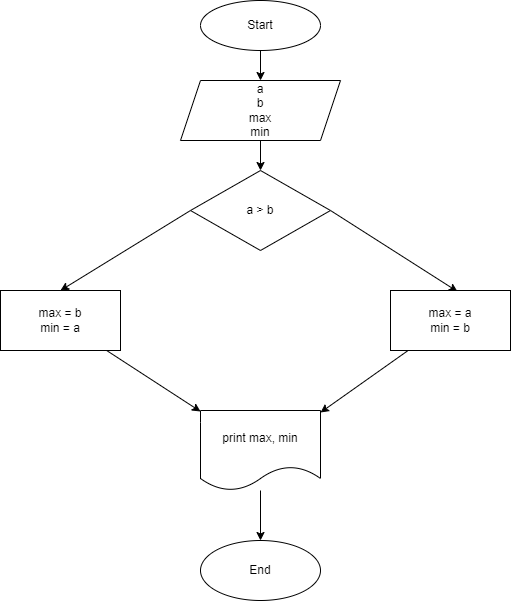
Before: Task2/block.drawio.png, a diagram exported from draw.io (Lucker238/C_HomeWork1). Source tidied: cells renumbered, new cells last; positions are measured from the earlier drawing's top-left corner, leaving out a move shared by most shapes. The source it was exported from:
```xml
<mxGraphModel>
  <root>
    <mxCell id="0" />
    <mxCell id="1" parent="0" />
    <mxCell id="2" style="edgeStyle=none;html=1;" parent="1" edge="1" source="3" target="5">
      <mxGeometry relative="1" as="geometry" />
    </mxCell>
    <mxCell id="3" value="Start" style="ellipse;whiteSpace=wrap;html=1;" parent="1" vertex="1">
      <mxGeometry x="200" width="120" height="50" as="geometry" />
    </mxCell>
    <mxCell id="4" style="edgeStyle=none;html=1;" parent="1" edge="1" source="5" target="8">
      <mxGeometry relative="1" as="geometry" />
    </mxCell>
    <mxCell id="5" value="a&lt;br&gt;b&lt;br&gt;max&lt;br&gt;min" style="shape=parallelogram;perimeter=parallelogramPerimeter;whiteSpace=wrap;html=1;fixedSize=1;" parent="1" vertex="1">
      <mxGeometry x="180" y="80" width="160" height="60" as="geometry" />
    </mxCell>
    <mxCell id="6" style="edgeStyle=none;html=1;exitX=1;exitY=0.5;exitDx=0;exitDy=0;entryX=0.558;entryY=0.017;entryDx=0;entryDy=0;entryPerimeter=0;" parent="1" edge="1" source="8" target="10">
      <mxGeometry relative="1" as="geometry" />
    </mxCell>
    <mxCell id="7" style="edgeStyle=none;html=1;entryX=0.5;entryY=0;entryDx=0;entryDy=0;exitX=0;exitY=0.5;exitDx=0;exitDy=0;" parent="1" edge="1" source="8" target="12">
      <mxGeometry relative="1" as="geometry" />
    </mxCell>
    <mxCell id="8" value="a &amp;gt; b" style="rhombus;whiteSpace=wrap;html=1;" parent="1" vertex="1">
      <mxGeometry x="190" y="170" width="140" height="80" as="geometry" />
    </mxCell>
    <mxCell id="9" style="edgeStyle=none;html=1;entryX=1;entryY=0.025;entryDx=0;entryDy=0;entryPerimeter=0;" parent="1" edge="1" source="10" target="14">
      <mxGeometry relative="1" as="geometry" />
    </mxCell>
    <mxCell id="10" value="max = a&lt;br&gt;min = b" style="whiteSpace=wrap;html=1;" parent="1" vertex="1">
      <mxGeometry x="390" y="290" width="120" height="60" as="geometry" />
    </mxCell>
    <mxCell id="11" style="edgeStyle=none;html=1;" parent="1" edge="1" source="12" target="14">
      <mxGeometry relative="1" as="geometry" />
    </mxCell>
    <mxCell id="12" value="max = b&lt;br&gt;min = a" style="whiteSpace=wrap;html=1;" parent="1" vertex="1">
      <mxGeometry y="290" width="120" height="60" as="geometry" />
    </mxCell>
    <mxCell id="13" style="edgeStyle=none;html=1;" parent="1" edge="1" source="14" target="15">
      <mxGeometry relative="1" as="geometry" />
    </mxCell>
    <mxCell id="14" value="print max, min" style="shape=document;whiteSpace=wrap;html=1;boundedLbl=1;" parent="1" vertex="1">
      <mxGeometry x="200" y="410" width="120" height="80" as="geometry" />
    </mxCell>
    <mxCell id="15" value="End" style="ellipse;whiteSpace=wrap;html=1;" parent="1" vertex="1">
      <mxGeometry x="200" y="540" width="120" height="60" as="geometry" />
    </mxCell>
  </root>
</mxGraphModel>
```
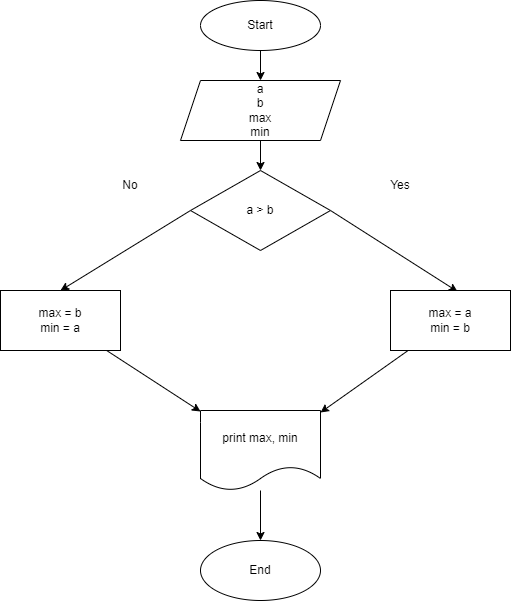
After the commit.

Commit message:
Добавил Yes No в блок схему

Change to the diagram source:
```diff
@@ -44,5 +44,11 @@
     <mxCell id="15" value="End" style="ellipse;whiteSpace=wrap;html=1;" parent="1" vertex="1">
       <mxGeometry x="200" y="540" width="120" height="60" as="geometry" />
     </mxCell>
+    <mxCell id="16" value="Yes" style="text;html=1;strokeColor=none;fillColor=none;align=center;verticalAlign=middle;whiteSpace=wrap;rounded=0;" parent="1" vertex="1">
+      <mxGeometry x="370" y="170" width="60" height="30" as="geometry" />
+    </mxCell>
+    <mxCell id="17" value="No" style="text;html=1;strokeColor=none;fillColor=none;align=center;verticalAlign=middle;whiteSpace=wrap;rounded=0;" parent="1" vertex="1">
+      <mxGeometry x="100" y="170" width="60" height="30" as="geometry" />
+    </mxCell>
   </root>
 </mxGraphModel>
```
